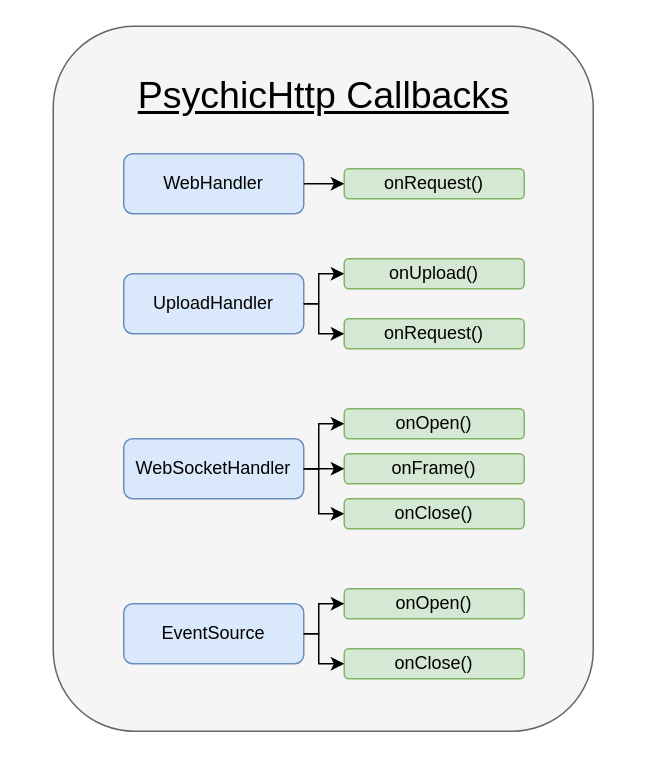
The draw.io diagram page "Standard Handlers" (2 of 2) of request flow.drawio in hoeken/PsychicHttp, before the edit. Source tidied: cells renumbered, new cells numbered last; positions are measured from the earlier drawing's top-left corner, leaving out a move shared by most shapes. Both pictures are drawn from the tidied source at 150%, with x=0, y=0 at pixel (26, 26).
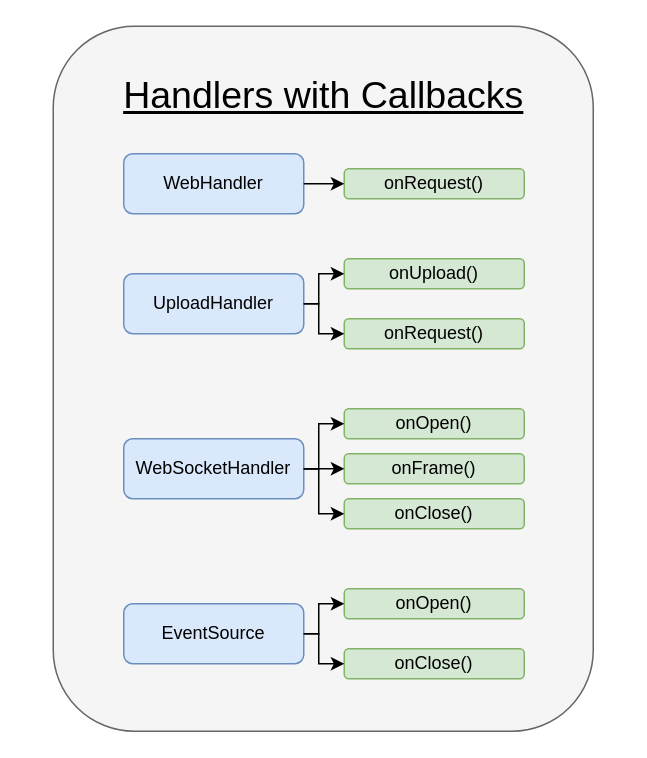
After the change.

The edit, as a diff of the source:
```diff
@@
-    <mxCell id="4" value="PsychicHttp Callbacks" style="text;html=1;strokeColor=none;fillColor=none;align=center;verticalAlign=middle;whiteSpace=wrap;rounded=0;fontSize=25;shadow=0;fontStyle=4;" parent="1" vertex="1">
+    <mxCell id="4" value="Handlers with Callbacks" style="text;html=1;strokeColor=none;fillColor=none;align=center;verticalAlign=middle;whiteSpace=wrap;rounded=0;fontSize=25;shadow=0;fontStyle=4;" parent="1" vertex="1">
       <mxGeometry y="30" width="397" height="30" as="geometry" />
     </mxCell>
```
